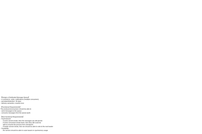
kuanchoulai10/monorepo keeps this Excalidraw diagram as docs/interview/system-design/distributed-message-queue/assets/reqs.excalidraw.svg. Above is the earlier version. Source tidied: one line per element, renumbered; positions are measured from the earlier drawing's top-left corner, leaving out a move shared by most shapes.
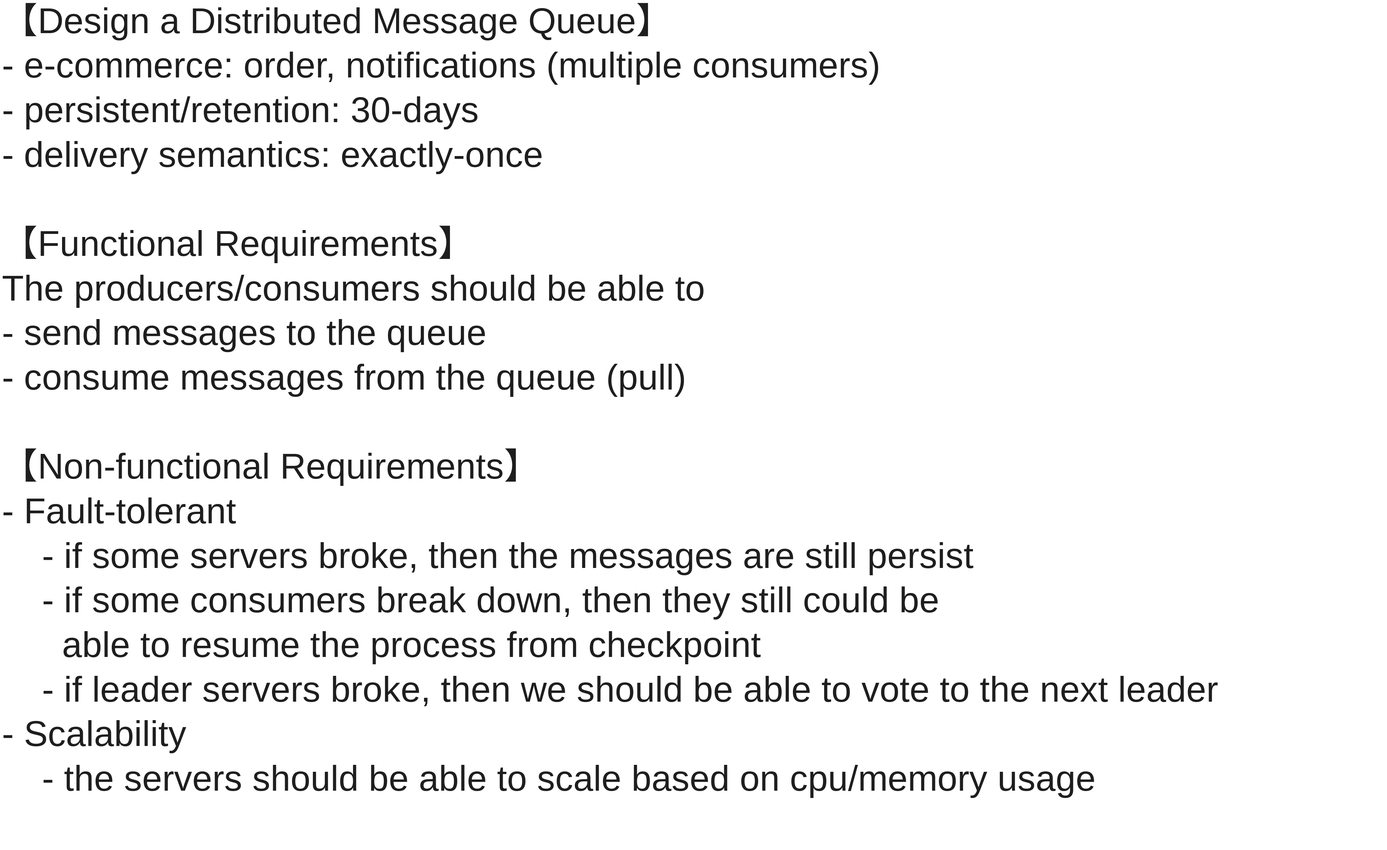
Later version of the same file.

Commit message:
Fix image paths in distributed message queue documentation

The edit, as a diff of the source:
```diff
@@ -1,1 +1,1 @@
-{"id": 0, "type": "text", "text": "【Design a Distributed Message Queue】\n- e-commerce: order, notifications (multiple consumers)\n- persistent/retention: 30-days\n- delivery semantics: exactly-once\n\n【Functional Requirements】\nThe producers/consumers should be able to \n- send messages to the queue\n- consume messages from the queue (pull)\n\n【Non-functional Requirements】\n- Fault-tolerant \n    - if some servers broke, then the messages are still persist\n    - if some consumers break down, then they still could be \n      able to resume the process from checkpoint\n    - if leader servers broke, then we should be able to vote to the next leader\n- Scalability\n    - the servers should be able to scale based on cpu/memory usage\n", "strokeColor": "#1e1e1e", "strokeWidth": 4, "roughness": 1, "fontSize": 28, "fontFamily": 5, "x": 0, "y": 0, "width": 1087, "height": 665}
+{"id": 0, "type": "text", "text": "【Design a Distributed Message Queue】\n- e-commerce: order, notifications (multiple consumers)\n- persistent/retention: 30-days\n- delivery semantics: exactly-once\n\n【Functional Requirements】\nThe producers/consumers should be able to \n- send messages to the queue\n- consume messages from the queue (pull)\n\n【Non-functional Requirements】\n- Fault-tolerant \n    - if some servers broke, then the messages are still persist\n    - if some consumers break down, then they still could be \n      able to resume the process from checkpoint\n    - if leader servers broke, then we should be able to vote to the next leader\n- Scalability\n    - the servers should be able to scale based on cpu/memory usage\n", "strokeColor": "#1e1e1e", "strokeWidth": 4, "roughness": 1, "fontSize": 214.9, "fontFamily": 5, "x": 0, "y": 0, "width": 8340, "height": 5104}
```
